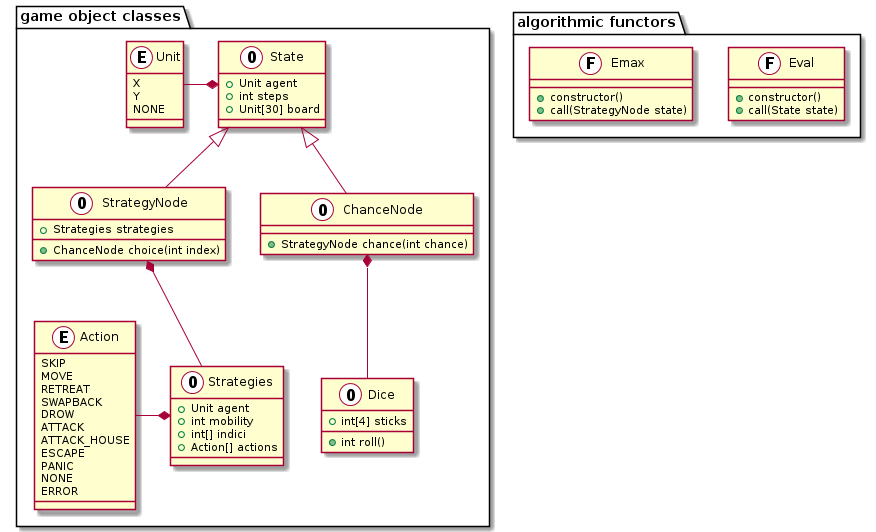
Horolsky/senet keeps this PlantUML diagram as docs/plantuml/output/xtc-classes.png. Above is the earlier version. Its diagram source:
```plantuml
@startuml xtc-classes

    package "game object classes"
    {
        class Unit <<(E, White)>>
        class Action <<(E, White)>>
        class State <<(O, White)>>
        class StrategyNode <<(O, White)>>
        class ChanceNode <<(O, White)>>
        class Strategies <<(O, White)>>
        class Dice <<(O, White)>>
    }
    package "algorithmic functors"
    {
        class Eval <<(F, White)>>
        class Emax <<(F, White)>>
    }

    class Unit
    {
        X
        Y
        NONE
    }
    class Action
    {
        SKIP
        MOVE
        RETREAT
        SWAPBACK
        DROW
        ATTACK
        ATTACK_HOUSE
        ESCAPE
        PANIC
        NONE
        ERROR
    }
    class Dice
    {
        +int roll()
        +int[4] sticks
    }
    class Strategies
    {
        +Unit agent
        +int mobility
        +int[] indici
        +Action[] actions
    }
    class State
    {
        +Unit agent
        +int steps
        +Unit[30] board
    }
    class StrategyNode
    {
        +Strategies strategies
        ___
        +ChanceNode choice(int index)
    }
    class ChanceNode
    {
        +StrategyNode chance(int chance)
    }
    class Eval
    {
        +constructor()
        +call(State state)
    }
    class Emax
    {
        +constructor()
        +call(StrategyNode state)
    }

    State *-left- Unit
    StrategyNode *-- Strategies
    Strategies *-left- Action
    ChanceNode *-- Dice

    StrategyNode *-[hidden]- Action


    State <|-- StrategyNode
    State <|-- ChanceNode



@enduml
```
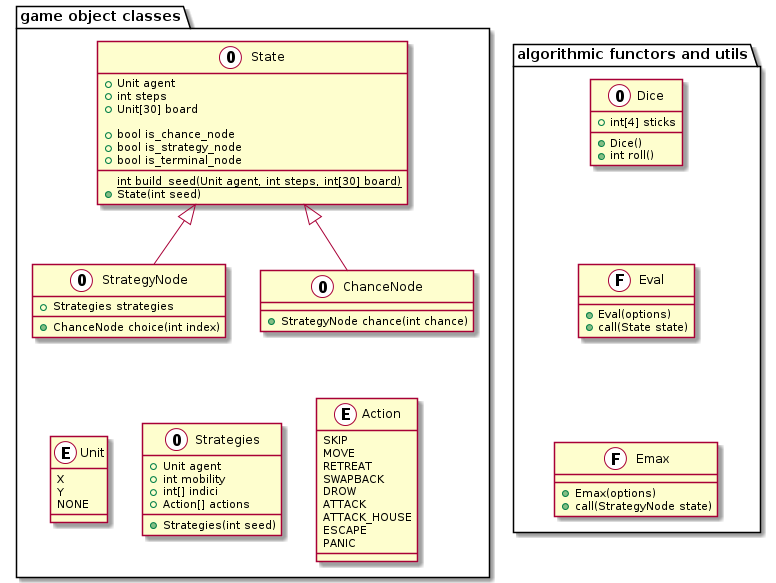
The same file after the commit.

What changed in the source:
```diff
@@ -8,10 +8,11 @@
         class StrategyNode <<(O, White)>>
         class ChanceNode <<(O, White)>>
         class Strategies <<(O, White)>>
+
+    }
+    package "algorithmic functors and utils"
+    {
         class Dice <<(O, White)>>
-    }
-    package "algorithmic functors"
-    {
         class Eval <<(F, White)>>
         class Emax <<(F, White)>>
     }
@@ -33,16 +34,16 @@
         ATTACK_HOUSE
         ESCAPE
         PANIC
-        NONE
-        ERROR
     }
     class Dice
     {
+        +Dice()
         +int roll()
         +int[4] sticks
     }
     class Strategies
     {
+        +Strategies(int seed)
         +Unit agent
         +int mobility
         +int[] indici
@@ -50,14 +51,20 @@
     }
     class State
     {
+        {static} int build_seed(Unit agent, int steps, int[30] board)
+        +State(int seed)
+
         +Unit agent
         +int steps
         +Unit[30] board
+
+        +bool is_chance_node
+        +bool is_strategy_node
+        +bool is_terminal_node
     }
     class StrategyNode
     {
         +Strategies strategies
-        ___
         +ChanceNode choice(int index)
     }
     class ChanceNode
@@ -66,26 +73,25 @@
     }
     class Eval
     {
-        +constructor()
+        +Eval(options)
         +call(State state)
     }
     class Emax
     {
-        +constructor()
+        +Emax(options)
         +call(StrategyNode state)
     }
 
-    State *-left- Unit
-    StrategyNode *-- Strategies
-    Strategies *-left- Action
-    ChanceNode *-- Dice
-
-    StrategyNode *-[hidden]- Action
-
+    ChanceNode *-[hidden]- Action
+    Action *-left[hidden]- Strategies
+    Strategies *-left[hidden]- Unit
 
     State <|-- StrategyNode
     State <|-- ChanceNode
 
+    Eval *-up[hidden]- Dice
+    Emax *-up[hidden]- Eval
+
 
 
 @enduml
```
